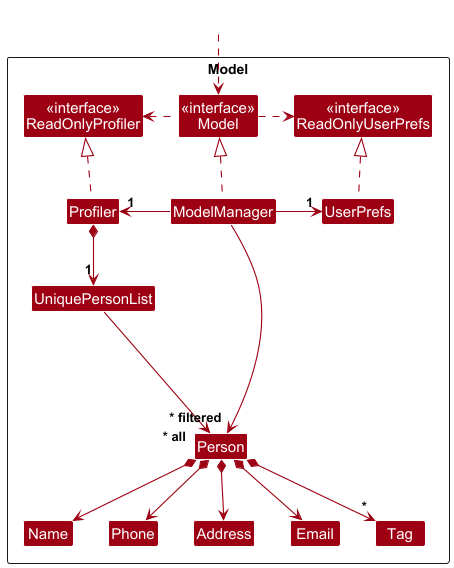
Above: docs/images/ModelClassDiagram.png in swatirajesh277/tp (PlantUML), before the change.
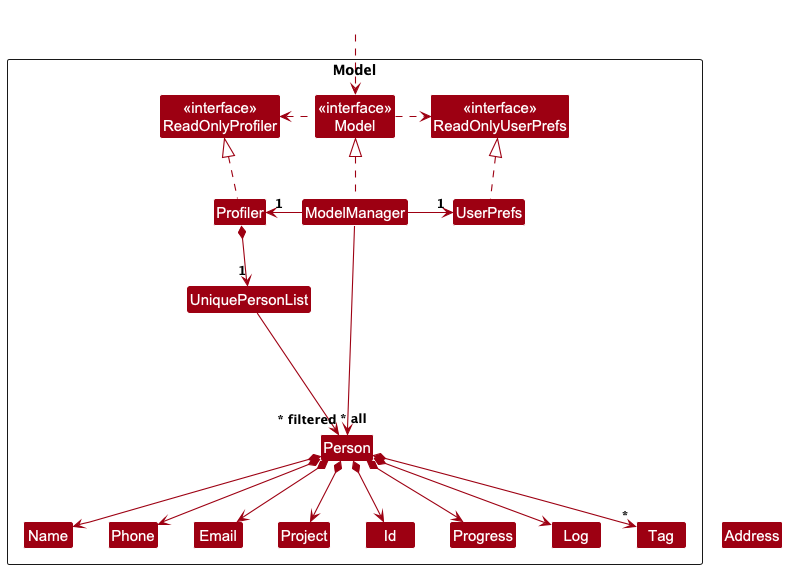
After the change.

What changed in the source:
```diff
@@ -14,10 +14,13 @@
 
 Class UniquePersonList
 Class Person
-Class Address
+Class Project
 Class Email
 Class Name
+Class Id
 Class Phone
+Class Progress
+Class Log
 Class Tag
 
 Class I #FFFFFF
@@ -38,9 +41,12 @@
 Profiler *--> "1" UniquePersonList
 UniquePersonList --> "~* all" Person
 Person *--> Name
+Person *--> Id
 Person *--> Phone
 Person *--> Email
-Person *--> Address
+Person *--> Project
+Person *--> Progress
+Person *--> Log
 Person *--> "*" Tag
 
 Person -[hidden]up--> I
```
